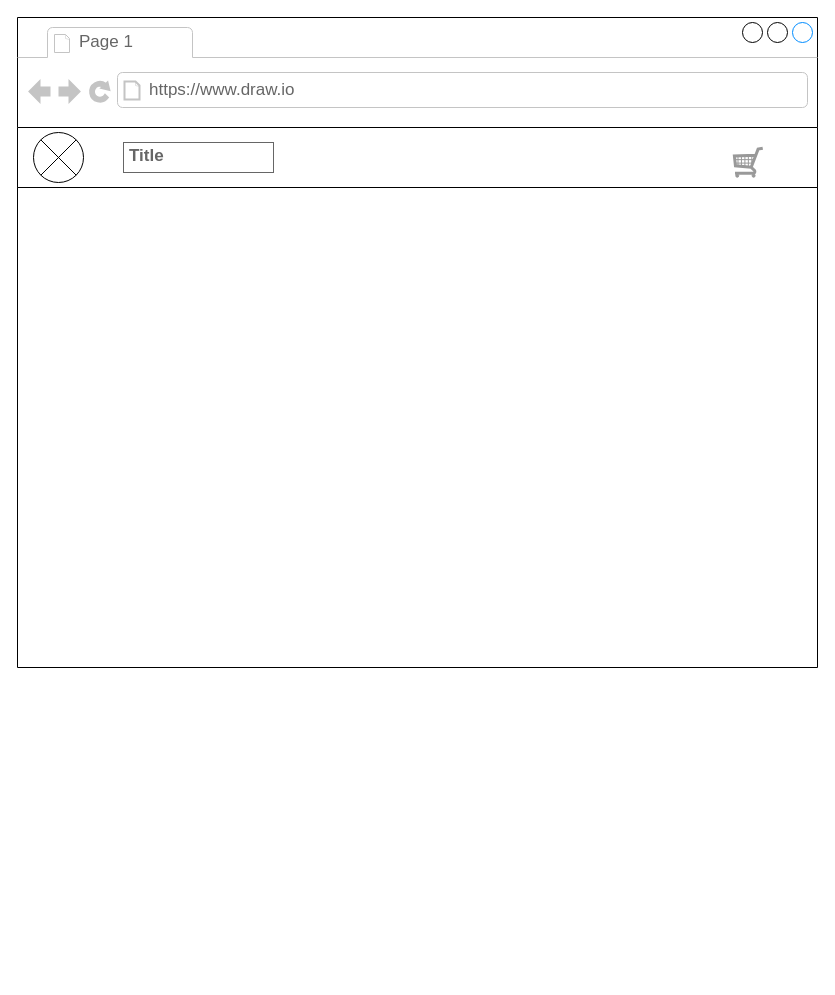
This is wireframe casablanca-detalle de producto.drawio from belutoranzo/digitalh, a draw.io file, before an edit. Source tidied: cells renumbered, new cells numbered last; positions are measured from the earlier drawing's top-left corner, leaving out a move shared by most shapes. Both pictures are drawn from the tidied source at 100%, with x=0, y=0 at pixel (17, 17).
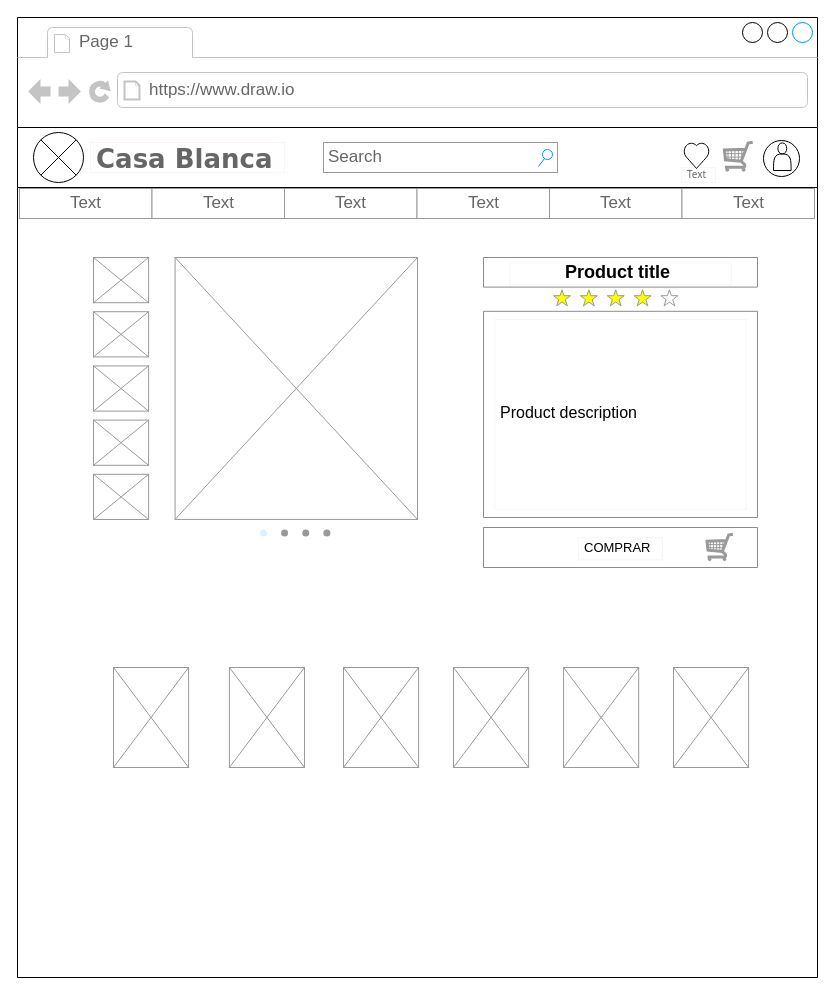
After the change.

What changed in the source:
```diff
@@
     <mxCell id="2" style="strokeWidth=1;shadow=0;dashed=0;align=center;html=1;shape=mxgraph.mockup.containers.browserWindow;rSize=0;strokeColor2=#008cff;strokeColor3=#c4c4c4;mainText=,;" parent="1" vertex="1">
-      <mxGeometry width="800" height="650" as="geometry" />
+      <mxGeometry width="800" height="960" as="geometry" />
     </mxCell>
@@
+    <mxCell id="8" value="&lt;h1&gt;&lt;b&gt;&lt;font style=&quot;font-size: 26px;&quot; face=&quot;Verdana&quot;&gt;Casa Blanca&lt;/font&gt;&lt;/b&gt;&lt;/h1&gt;" style="strokeWidth=1;shadow=0;dashed=0;align=center;html=1;shape=mxgraph.mockup.text.textBox;fontColor=#666666;align=left;fontSize=17;spacingLeft=4;spacingTop=-3;whiteSpace=wrap;strokeColor=#faf4f4;mainText=;" parent="2" vertex="1">
+      <mxGeometry x="73" y="125" width="194" height="30" as="geometry" />
+    </mxCell>
+    <mxCell id="9" value="Search" style="strokeWidth=1;shadow=0;dashed=0;align=center;html=1;shape=mxgraph.mockup.forms.searchBox;strokeColor=#999999;mainText=;strokeColor2=#008cff;fontColor=#666666;fontSize=17;align=left;spacingLeft=3;whiteSpace=wrap;" parent="2" vertex="1">
+      <mxGeometry x="306" y="125" width="234" height="30" as="geometry" />
+    </mxCell>
+    <mxCell id="10" style="group;" parent="2" vertex="1">
+      <mxGeometry x="666" y="120" width="116" height="50" as="geometry" />
+    </mxCell>
+    <mxCell id="11" value="&lt;font style=&quot;font-size: 10px;&quot; face=&quot;Tahoma&quot;&gt;Text&lt;/font&gt;" style="strokeWidth=1;shadow=0;dashed=0;align=center;html=1;shape=mxgraph.mockup.text.textBox;fontColor=#666666;align=left;fontSize=17;spacingLeft=4;spacingTop=-3;whiteSpace=wrap;strokeColor=#faf4f4;mainText=;" parent="10" vertex="1">
+      <mxGeometry x="-2" y="30" width="34" height="15" as="geometry" />
+    </mxCell>
-    <mxCell id="7" style="verticalLabelPosition=bottom;shadow=0;dashed=0;align=center;html=1;verticalAlign=top;strokeWidth=1;shape=mxgraph.mockup.misc.shoppingCart;strokeColor=#999999;" parent="2" vertex="1">
-      <mxGeometry x="716" y="130" width="30" height="30" as="geometry" />
+    <mxCell id="7" style="verticalLabelPosition=bottom;shadow=0;dashed=0;align=center;html=1;verticalAlign=top;strokeWidth=1;shape=mxgraph.mockup.misc.shoppingCart;strokeColor=#999999;" parent="10" vertex="1">
+      <mxGeometry x="40" y="4" width="30" height="30" as="geometry" />
     </mxCell>
-    <mxCell id="8" value="&lt;b&gt;Title&lt;/b&gt;" style="strokeWidth=1;shadow=0;dashed=0;align=center;html=1;shape=mxgraph.mockup.text.textBox;fontColor=#666666;align=left;fontSize=17;spacingLeft=4;spacingTop=-3;whiteSpace=wrap;strokeColor=#666666;mainText=;" parent="2" vertex="1">
-      <mxGeometry x="106" y="125" width="150" height="30" as="geometry" />
-    </mxCell>
+    <mxCell id="12" style="group;" parent="10" vertex="1">
+      <mxGeometry x="80" width="36" height="36" as="geometry" />
+    </mxCell>
+    <mxCell id="13" style="ellipse;whiteSpace=wrap;html=1;" parent="12" vertex="1">
+      <mxGeometry y="3" width="36" height="36" as="geometry" />
+    </mxCell>
+    <mxCell id="14" style="shape=actor;whiteSpace=wrap;html=1;" parent="12" vertex="1">
+      <mxGeometry x="10" y="5.4" width="17.6" height="27.6" as="geometry" />
+    </mxCell>
+    <mxCell id="15" style="verticalLabelPosition=bottom;verticalAlign=top;html=1;shape=mxgraph.basic.heart;" parent="10" vertex="1">
+      <mxGeometry y="5" width="26" height="26" as="geometry" />
+    </mxCell>
+    <mxCell id="16" style="group;" parent="2" vertex="1">
+      <mxGeometry x="76" y="240" width="324" height="280" as="geometry" />
+    </mxCell>
+    <mxCell id="17" style="group;" parent="16" vertex="1">
+      <mxGeometry width="324" height="261.9" as="geometry" />
+    </mxCell>
+    <mxCell id="18" style="verticalLabelPosition=bottom;shadow=0;dashed=0;align=center;html=1;verticalAlign=top;strokeWidth=1;shape=mxgraph.mockup.graphics.simpleIcon;strokeColor=#999999;" parent="17" vertex="1">
+      <mxGeometry x="81.6" width="242.4" height="261.9" as="geometry" />
+    </mxCell>
+    <mxCell id="19" style="verticalLabelPosition=bottom;shadow=0;dashed=0;align=center;html=1;verticalAlign=top;strokeWidth=1;shape=mxgraph.mockup.graphics.simpleIcon;strokeColor=#999999;" parent="17" vertex="1">
+      <mxGeometry width="55.1" height="45.2" as="geometry" />
+    </mxCell>
+    <mxCell id="20" style="verticalLabelPosition=bottom;shadow=0;dashed=0;align=center;html=1;verticalAlign=top;strokeWidth=1;shape=mxgraph.mockup.graphics.simpleIcon;strokeColor=#999999;" parent="17" vertex="1">
+      <mxGeometry y="162.6" width="55.1" height="45.2" as="geometry" />
+    </mxCell>
+    <mxCell id="21" style="verticalLabelPosition=bottom;shadow=0;dashed=0;align=center;html=1;verticalAlign=top;strokeWidth=1;shape=mxgraph.mockup.graphics.simpleIcon;strokeColor=#999999;" parent="17" vertex="1">
+      <mxGeometry y="108.4" width="55.1" height="45.2" as="geometry" />
+    </mxCell>
+    <mxCell id="22" style="verticalLabelPosition=bottom;shadow=0;dashed=0;align=center;html=1;verticalAlign=top;strokeWidth=1;shape=mxgraph.mockup.graphics.simpleIcon;strokeColor=#999999;" parent="17" vertex="1">
+      <mxGeometry y="54.2" width="55.1" height="45.2" as="geometry" />
+    </mxCell>
+    <mxCell id="23" style="verticalLabelPosition=bottom;shadow=0;dashed=0;align=center;html=1;verticalAlign=top;strokeWidth=1;shape=mxgraph.mockup.graphics.simpleIcon;strokeColor=#999999;" parent="17" vertex="1">
+      <mxGeometry y="216.8" width="55.1" height="45.2" as="geometry" />
+    </mxCell>
+    <mxCell id="24" style="verticalLabelPosition=bottom;shadow=0;dashed=0;align=center;html=1;verticalAlign=top;strokeWidth=1;shape=mxgraph.mockup.navigation.pageControl;fillColor=#999999;strokeColor=#ddeeff;" parent="16" vertex="1">
+      <mxGeometry x="166.4" y="271" width="70.5" height="9" as="geometry" />
+    </mxCell>
+    <mxCell id="25" style="group;" parent="2" vertex="1">
+      <mxGeometry x="466" y="240" width="274" height="260" as="geometry" />
+    </mxCell>
+    <mxCell id="26" style="verticalLabelPosition=bottom;shadow=0;dashed=0;align=center;html=1;verticalAlign=top;strokeWidth=1;shape=mxgraph.mockup.misc.rating;strokeColor=#999999;fillColor=#ffff00;emptyFillColor=#ffffff;grade=4;ratingScale=5;ratingStyle=star;" parent="25" vertex="1">
+      <mxGeometry x="70" y="32.3" width="134.1" height="17.9" as="geometry" />
+    </mxCell>
+    <mxCell id="27" style="group;" parent="25" vertex="1">
+      <mxGeometry width="274" height="29.6" as="geometry" />
+    </mxCell>
+    <mxCell id="28" style="verticalLabelPosition=bottom;verticalAlign=top;html=1;shape=mxgraph.basic.rect;fillColor2=none;strokeWidth=1;size=20;indent=5;strokeColor=#908989;" parent="27" vertex="1">
+      <mxGeometry width="274" height="29.6" as="geometry" />
+    </mxCell>
+    <mxCell id="29" value="&lt;h2&gt;&lt;span style=&quot;white-space: pre;&quot;&gt;&#9;&amp;nbsp;&lt;/span&gt;&amp;nbsp;Product title&lt;/h2&gt;" style="strokeWidth=1;shadow=0;dashed=0;align=center;html=1;shape=mxgraph.mockup.text.textBox;align=left;spacingLeft=4;spacingTop=-3;whiteSpace=wrap;strokeColor=#faf4f4;mainText=;" parent="27" vertex="1">
+      <mxGeometry x="26.3" y="5.2" width="221.5" height="22.2" as="geometry" />
+    </mxCell>
+    <mxCell id="30" style="group;" parent="25" vertex="1">
+      <mxGeometry y="53.8" width="274" height="206.2" as="geometry" />
+    </mxCell>
+    <mxCell id="31" style="verticalLabelPosition=bottom;verticalAlign=top;html=1;shape=mxgraph.basic.rect;fillColor2=none;strokeWidth=1;size=20;indent=5;strokeColor=#908989;" parent="30" vertex="1">
+      <mxGeometry width="274" height="206.2" as="geometry" />
+    </mxCell>
+    <mxCell id="32" value="&lt;h2&gt;&lt;span style=&quot;font-weight: normal;&quot;&gt;&lt;font style=&quot;font-size: 16px;&quot;&gt;Product description&lt;/font&gt;&lt;/span&gt;&lt;/h2&gt;" style="strokeWidth=1;shadow=0;dashed=0;align=center;html=1;shape=mxgraph.mockup.text.textBox;align=left;spacingLeft=4;spacingTop=-3;whiteSpace=wrap;strokeColor=#faf4f4;mainText=;" parent="30" vertex="1">
+      <mxGeometry x="11.4" y="8.2" width="251.2" height="189.7" as="geometry" />
+    </mxCell>
+    <mxCell id="33" style="verticalLabelPosition=bottom;verticalAlign=top;html=1;shape=mxgraph.basic.rect;fillColor2=none;strokeWidth=1;size=20;indent=5;strokeColor=#908989;" parent="2" vertex="1">
+      <mxGeometry x="466" y="510" width="274" height="40" as="geometry" />
+    </mxCell>
+    <mxCell id="34" value="&lt;h4&gt;&lt;font style=&quot;font-weight: normal; font-size: 13px;&quot;&gt;COMPRAR&lt;/font&gt;&lt;/h4&gt;" style="strokeWidth=1;shadow=0;dashed=0;align=center;html=1;shape=mxgraph.mockup.text.textBox;align=left;spacingLeft=4;spacingTop=-3;whiteSpace=wrap;strokeColor=#faf4f4;mainText=;" parent="2" vertex="1">
+      <mxGeometry x="561" y="520.2" width="83.9" height="22.2" as="geometry" />
+    </mxCell>
+    <mxCell id="35" style="group;" parent="2" vertex="1">
+      <mxGeometry x="96" y="650" width="635.1" height="100" as="geometry" />
+    </mxCell>
+    <mxCell id="36" style="verticalLabelPosition=bottom;shadow=0;dashed=0;align=center;html=1;verticalAlign=top;strokeWidth=1;shape=mxgraph.mockup.graphics.simpleIcon;strokeColor=#999999;" parent="35" vertex="1">
+      <mxGeometry width="75.1" height="100" as="geometry" />
+    </mxCell>
+    <mxCell id="37" style="verticalLabelPosition=bottom;shadow=0;dashed=0;align=center;html=1;verticalAlign=top;strokeWidth=1;shape=mxgraph.mockup.graphics.simpleIcon;strokeColor=#999999;" parent="35" vertex="1">
+      <mxGeometry x="560" width="75.1" height="100" as="geometry" />
+    </mxCell>
+    <mxCell id="38" style="verticalLabelPosition=bottom;shadow=0;dashed=0;align=center;html=1;verticalAlign=top;strokeWidth=1;shape=mxgraph.mockup.graphics.simpleIcon;strokeColor=#999999;" parent="35" vertex="1">
+      <mxGeometry x="450.1" width="75.1" height="100" as="geometry" />
+    </mxCell>
+    <mxCell id="39" style="verticalLabelPosition=bottom;shadow=0;dashed=0;align=center;html=1;verticalAlign=top;strokeWidth=1;shape=mxgraph.mockup.graphics.simpleIcon;strokeColor=#999999;" parent="35" vertex="1">
+      <mxGeometry x="340" width="75.1" height="100" as="geometry" />
+    </mxCell>
+    <mxCell id="40" style="verticalLabelPosition=bottom;shadow=0;dashed=0;align=center;html=1;verticalAlign=top;strokeWidth=1;shape=mxgraph.mockup.graphics.simpleIcon;strokeColor=#999999;" parent="35" vertex="1">
+      <mxGeometry x="230" width="75.1" height="100" as="geometry" />
+    </mxCell>
+    <mxCell id="41" style="verticalLabelPosition=bottom;shadow=0;dashed=0;align=center;html=1;verticalAlign=top;strokeWidth=1;shape=mxgraph.mockup.graphics.simpleIcon;strokeColor=#999999;" parent="35" vertex="1">
+      <mxGeometry x="115.9" width="75.1" height="100" as="geometry" />
+    </mxCell>
+    <mxCell id="42" style="verticalLabelPosition=bottom;shadow=0;dashed=0;align=center;html=1;verticalAlign=top;strokeWidth=1;shape=mxgraph.mockup.misc.shoppingCart;strokeColor=#999999;" parent="2" vertex="1">
+      <mxGeometry x="688.7" y="516" width="27.4" height="27.4" as="geometry" />
+    </mxCell>
+    <mxCell id="43" style="strokeWidth=1;shadow=0;dashed=0;align=center;html=1;shape=mxgraph.mockup.forms.rrect;rSize=0;strokeColor=#999999;" parent="1" vertex="1">
+      <mxGeometry x="2" y="171" width="795" height="30" as="geometry" />
+    </mxCell>
+    <mxCell id="44" value="Text" style="strokeColor=inherit;fillColor=inherit;gradientColor=inherit;strokeWidth=1;shadow=0;dashed=0;align=center;html=1;shape=mxgraph.mockup.forms.rrect;rSize=0;fontSize=17;fontColor=#666666;whiteSpace=wrap;" parent="43" vertex="1">
+      <mxGeometry width="132.5" height="30" as="geometry" />
+    </mxCell>
+    <mxCell id="45" value="Text" style="strokeColor=inherit;fillColor=inherit;gradientColor=inherit;strokeWidth=1;shadow=0;dashed=0;align=center;html=1;shape=mxgraph.mockup.forms.rrect;rSize=0;fontSize=17;fontColor=#666666;whiteSpace=wrap;" parent="43" vertex="1">
+      <mxGeometry x="132.5" width="132.5" height="30" as="geometry" />
+    </mxCell>
+    <mxCell id="46" value="Text" style="strokeColor=inherit;fillColor=inherit;gradientColor=inherit;strokeWidth=1;shadow=0;dashed=0;align=center;html=1;shape=mxgraph.mockup.forms.rrect;rSize=0;fontSize=17;fontColor=#666666;whiteSpace=wrap;" parent="43" vertex="1">
+      <mxGeometry x="265" width="132.5" height="30" as="geometry" />
+    </mxCell>
+    <mxCell id="47" value="Text" style="strokeColor=inherit;fillColor=inherit;gradientColor=inherit;strokeWidth=1;shadow=0;dashed=0;align=center;html=1;shape=mxgraph.mockup.forms.rrect;rSize=0;fontSize=17;fontColor=#666666;whiteSpace=wrap;" parent="43" vertex="1">
+      <mxGeometry x="397.5" width="132.5" height="30" as="geometry" />
+    </mxCell>
+    <mxCell id="48" value="Text" style="strokeColor=inherit;fillColor=inherit;gradientColor=inherit;strokeWidth=1;shadow=0;dashed=0;align=center;html=1;shape=mxgraph.mockup.forms.rrect;rSize=0;fontSize=17;fontColor=#666666;whiteSpace=wrap;" parent="43" vertex="1">
+      <mxGeometry x="530" width="132.5" height="30" as="geometry" />
+    </mxCell>
+    <mxCell id="49" value="Text" style="strokeColor=inherit;fillColor=inherit;gradientColor=inherit;strokeWidth=1;shadow=0;dashed=0;align=center;html=1;shape=mxgraph.mockup.forms.rrect;rSize=0;fontSize=17;fontColor=#666666;whiteSpace=wrap;" parent="43" vertex="1">
+      <mxGeometry x="662.5" width="132.5" height="30" as="geometry" />
+    </mxCell>
```
